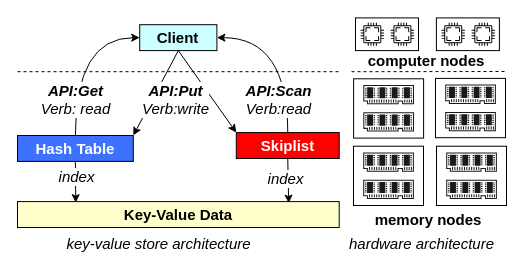
The draw.io diagram naive_approach.drawio in KinderRiven/ClickHouse_draw, before the edit. Source tidied: cells renumbered, new cells numbered last; positions are measured from the earlier drawing's top-left corner, leaving out a move shared by most shapes. Both pictures are drawn from the tidied source at 100%, with x=0, y=0 at pixel (17, 17).
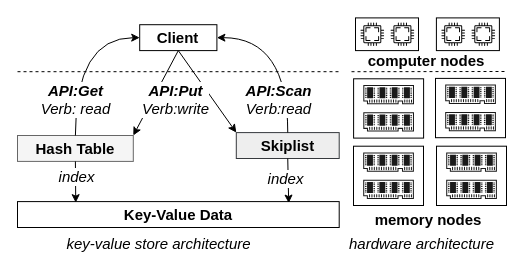
After the change.

Diff of the diagram source:
```diff
@@
-    <mxCell id="3" value="&lt;font color=&quot;#ffffff&quot; style=&quot;font-size: 15px;&quot;&gt;&lt;b style=&quot;font-size: 15px;&quot;&gt;Hash Table&lt;/b&gt;&lt;/font&gt;" style="rounded=0;whiteSpace=wrap;html=1;fillColor=#3D71FF;fontSize=15;" parent="1" vertex="1">
+    <mxCell id="3" value="&lt;font color=&quot;#000000&quot; style=&quot;font-size: 15px;&quot;&gt;&lt;b style=&quot;font-size: 15px;&quot;&gt;Hash Table&lt;/b&gt;&lt;/font&gt;" style="rounded=0;whiteSpace=wrap;html=1;fillColor=#f5f5f5;fontSize=15;fontColor=#333333;strokeColor=#666666;" parent="1" vertex="1">
       <mxGeometry y="118" width="115.8" height="25.9" as="geometry" />
     </mxCell>
-    <mxCell id="4" value="&lt;font color=&quot;#ffffff&quot; style=&quot;font-size: 15px;&quot;&gt;&lt;b style=&quot;font-size: 15px;&quot;&gt;Skiplist&lt;/b&gt;&lt;/font&gt;" style="rounded=0;whiteSpace=wrap;html=1;fillColor=#FF0000;fontSize=15;" parent="1" vertex="1">
+    <mxCell id="4" value="&lt;font color=&quot;#000000&quot; style=&quot;font-size: 15px;&quot;&gt;&lt;b style=&quot;font-size: 15px;&quot;&gt;Skiplist&lt;/b&gt;&lt;/font&gt;" style="rounded=0;whiteSpace=wrap;html=1;fillColor=#eeeeee;fontSize=15;strokeColor=#36393d;" parent="1" vertex="1">
       <mxGeometry x="218.8" y="115.1" width="102.9" height="25.9" as="geometry" />
     </mxCell>
-    <mxCell id="5" value="&lt;b style=&quot;font-size: 15px;&quot;&gt;Key-Value Data&lt;/b&gt;" style="rounded=0;whiteSpace=wrap;html=1;fillColor=#FFFFCC;fontSize=15;" parent="1" vertex="1">
+    <mxCell id="5" value="&lt;b style=&quot;font-size: 15px;&quot;&gt;Key-Value Data&lt;/b&gt;" style="rounded=0;whiteSpace=wrap;html=1;fontSize=15;" parent="1" vertex="1">
       <mxGeometry y="184.1" width="321.7" height="25.9" as="geometry" />
     </mxCell>
@@
-    <mxCell id="10" value="&lt;b style=&quot;font-size: 15px;&quot;&gt;Client&lt;/b&gt;" style="rounded=0;whiteSpace=wrap;html=1;fillColor=#CCFFFF;fontSize=15;" parent="1" vertex="1">
+    <mxCell id="10" value="&lt;b style=&quot;font-size: 15px;&quot;&gt;Client&lt;/b&gt;" style="rounded=0;whiteSpace=wrap;html=1;fontSize=15;" parent="1" vertex="1">
       <mxGeometry x="122.2" y="7.2" width="77.2" height="25.9" as="geometry" />
     </mxCell>
```
